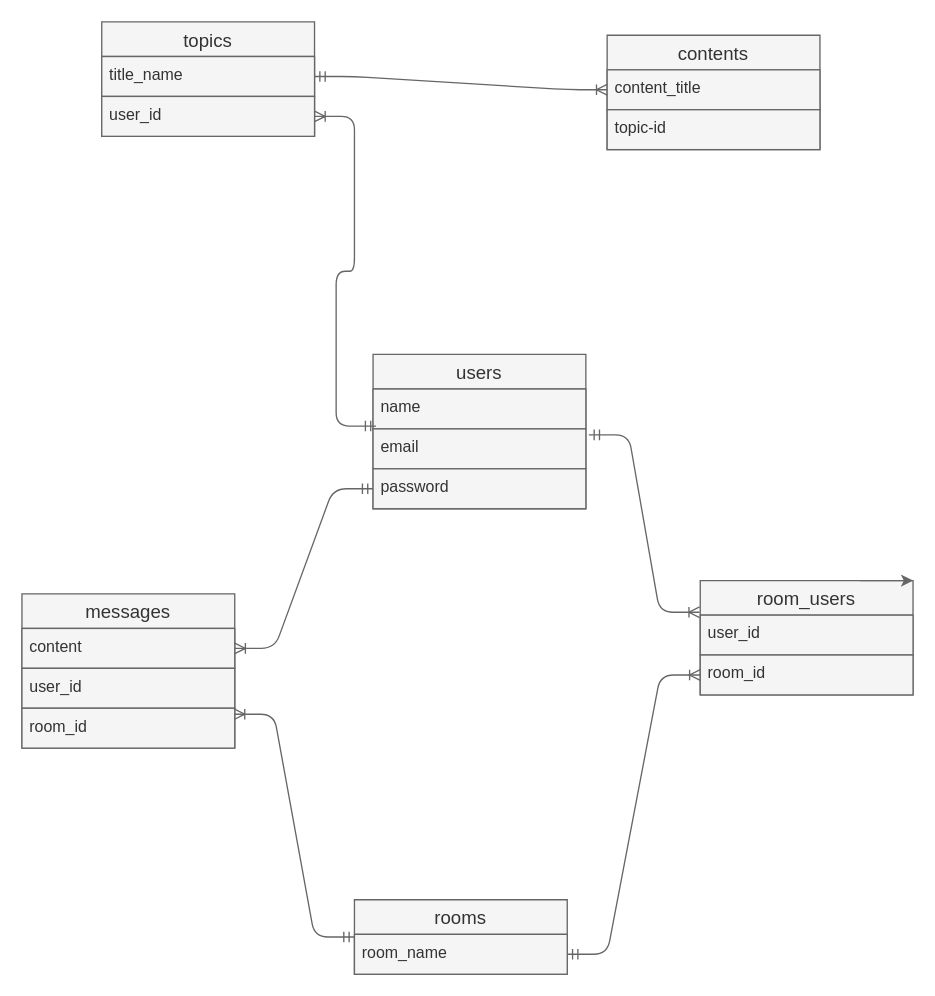
Above: Er.dio in ishsho/contact_n (draw.io), before the change. Source tidied: cells renumbered, new cells numbered last; positions are measured from the earlier drawing's top-left corner, leaving out a move shared by most shapes. Both pictures are drawn from the tidied source at 133%, with x=0, y=0 at pixel (21, 21).
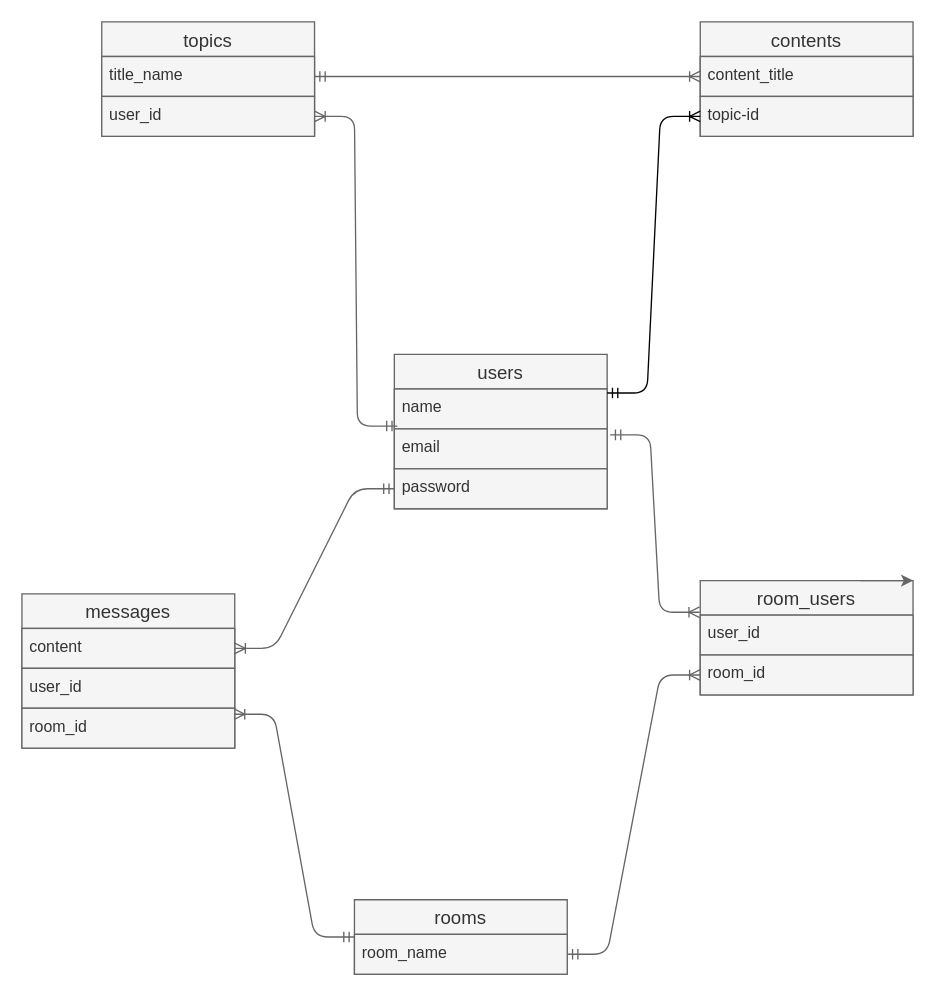
Above is the later version.

Unchanged cells that the change refers to:
```xml
<mxCell id="14" value="topic-id" style="text;strokeColor=#666666;fillColor=#f5f5f5;spacingLeft=4;spacingRight=4;overflow=hidden;points=[[0,0.5],[1,0.5]];portConstraint=eastwest;fontSize=12;fontColor=#333333;" parent="12" vertex="1">
  <mxGeometry y="56" width="160" height="30" as="geometry" />
</mxCell>
```

The edit, as a diff of the source:
```diff
@@
     <mxCell id="12" value="contents" style="swimlane;fontStyle=0;horizontal=1;startSize=26;align=center;fontSize=14;fillColor=#f5f5f5;fontColor=#333333;strokeColor=#666666;" parent="1" vertex="1">
-      <mxGeometry x="440" y="10" width="160" height="86" as="geometry" />
+      <mxGeometry x="510" width="160" height="86" as="geometry" />
     </mxCell>
@@
     <mxCell id="15" value="users" style="swimlane;fontStyle=0;horizontal=1;startSize=26;align=center;fontSize=14;fillColor=#f5f5f5;fontColor=#333333;strokeColor=#666666;" parent="1" vertex="1">
-      <mxGeometry x="264" y="250" width="160" height="116" as="geometry" />
+      <mxGeometry x="280" y="250" width="160" height="116" as="geometry" />
     </mxCell>
@@
+    <mxCell id="28" style="edgeStyle=entityRelationEdgeStyle;fontSize=12;html=1;endArrow=ERoneToMany;startArrow=ERmandOne;exitX=1;exitY=0.25;exitDx=0;exitDy=0;entryX=0;entryY=0.5;entryDx=0;entryDy=0;" parent="1" edge="1" source="15" target="14">
+      <mxGeometry relative="1" as="geometry" />
+    </mxCell>
```
